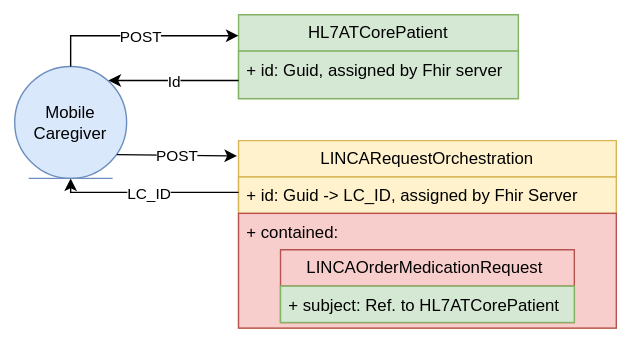
The draw.io diagram r5-LinkedCare-main/UserStory_001_diagram.svg in HL7Austria/hl7austria.github.io, before a commit. Source tidied: cells renumbered, new cells last; positions are measured from the earlier drawing's top-left corner, leaving out a move shared by most shapes.
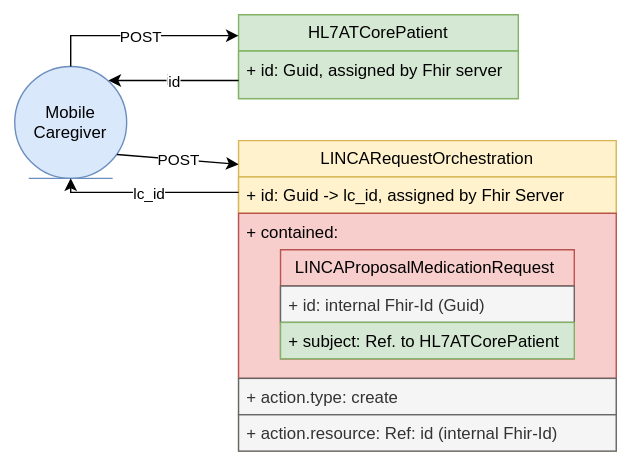
Later version of the same file.

Diff of the diagram source:
```diff
@@ -3,14 +3,20 @@
     <mxCell id="0" />
     <mxCell id="1" parent="0" />
     <mxCell id="2" value="LINCARequestOrchestration" style="swimlane;fontStyle=0;horizontal=1;startSize=26;fillColor=#fff2cc;whiteSpace=wrap;html=1;strokeColor=#d6b656;" parent="1" vertex="1">
-      <mxGeometry x="160" y="90" width="270" height="134" as="geometry" />
+      <mxGeometry x="160" y="90" width="270" height="222" as="geometry" />
     </mxCell>
-    <mxCell id="3" value="+ id: Guid -&amp;gt; LC_ID, assigned by Fhir Server" style="text;strokeColor=#d6b656;fillColor=#fff2cc;align=left;verticalAlign=top;spacingLeft=4;spacingRight=4;overflow=hidden;whiteSpace=wrap;html=1;" parent="2" vertex="1">
+    <mxCell id="3" value="+ id: Guid -&amp;gt; lc_id, assigned by Fhir Server" style="text;strokeColor=#d6b656;fillColor=#fff2cc;align=left;verticalAlign=top;spacingLeft=4;spacingRight=4;overflow=hidden;whiteSpace=wrap;html=1;" parent="2" vertex="1">
       <mxGeometry y="26" width="270" height="26" as="geometry" />
     </mxCell>
     <mxCell id="4" value="+ contained:&amp;nbsp;&lt;br&gt;&lt;blockquote style=&quot;margin: 0 0 0 40px; border: none; padding: 0px;&quot;&gt;&lt;/blockquote&gt;&lt;blockquote style=&quot;margin: 0 0 0 40px; border: none; padding: 0px;&quot;&gt;&lt;/blockquote&gt;" style="text;strokeColor=#b85450;fillColor=#f8cecc;align=left;verticalAlign=top;spacingLeft=4;spacingRight=4;overflow=hidden;whiteSpace=wrap;html=1;" parent="2" vertex="1">
-      <mxGeometry y="52" width="270" height="82" as="geometry" />
+      <mxGeometry y="52" width="270" height="118" as="geometry" />
     </mxCell>
+    <mxCell id="18" value="+ action.type: create" style="text;align=left;verticalAlign=top;spacingLeft=4;spacingRight=4;overflow=hidden;whiteSpace=wrap;html=1;fillColor=#f5f5f5;fontColor=#333333;strokeColor=#666666;" parent="2" vertex="1">
+      <mxGeometry y="170" width="270" height="26" as="geometry" />
+    </mxCell>
+    <mxCell id="19" value="+ action.resource: Ref: id (internal Fhir-Id)" style="text;align=left;verticalAlign=top;spacingLeft=4;spacingRight=4;overflow=hidden;whiteSpace=wrap;html=1;fillColor=#f5f5f5;fontColor=#333333;strokeColor=#666666;" parent="2" vertex="1">
+      <mxGeometry y="196" width="270" height="26" as="geometry" />
+    </mxCell>
     <mxCell id="5" value="HL7ATCorePatient" style="swimlane;fontStyle=0;horizontal=1;startSize=26;fillColor=#d5e8d4;whiteSpace=wrap;html=1;strokeColor=#82b366;" parent="1" vertex="1">
       <mxGeometry x="160" width="200" height="60" as="geometry" />
     </mxCell>
@@ -31,18 +37,19 @@
     <mxCell id="9" value="POST" style="edgeLabel;html=1;align=center;verticalAlign=middle;" parent="8" vertex="1">
       <mxGeometry relative="1" as="geometry" />
     </mxCell>
-    <mxCell id="10" style="endArrow=classic;html=1;rounded=0;" parent="1" edge="1">
+    <mxCell id="10" value="id" style="endArrow=classic;html=1;rounded=0;" parent="1" edge="1">
       <mxGeometry relative="1" as="geometry">
         <mxPoint x="160" y="47" as="sourcePoint" />
         <mxPoint x="67" y="47" as="targetPoint" />
       </mxGeometry>
     </mxCell>
-    <mxCell id="11" value="Id" style="edgeLabel;html=1;align=center;verticalAlign=middle;" parent="10" vertex="1">
+    <mxCell id="11" value="id" style="edgeLabel;html=1;align=center;verticalAlign=middle;" parent="10" vertex="1">
       <mxGeometry relative="1" as="geometry" />
     </mxCell>
-    <mxCell id="12" style="endArrow=classic;html=1;rounded=0;entryX=-0.004;entryY=0.082;entryDx=0;entryDy=0;entryPerimeter=0;" parent="1" edge="1" target="2">
+    <mxCell id="12" style="endArrow=classic;html=1;rounded=0;" parent="1" edge="1">
       <mxGeometry relative="1" as="geometry">
         <mxPoint x="73" y="100" as="sourcePoint" />
+        <mxPoint x="160" y="107" as="targetPoint" />
       </mxGeometry>
     </mxCell>
     <mxCell id="13" value="POST" style="edgeLabel;html=1;align=center;verticalAlign=middle;" parent="12" vertex="1">
@@ -56,14 +63,17 @@
         </Array>
       </mxGeometry>
     </mxCell>
-    <mxCell id="15" value="LC_ID" style="edgeLabel;html=1;align=center;verticalAlign=middle;" parent="14" vertex="1">
+    <mxCell id="15" value="lc_id" style="edgeLabel;html=1;align=center;verticalAlign=middle;" parent="14" vertex="1">
       <mxGeometry relative="1" as="geometry" />
     </mxCell>
-    <mxCell id="16" value="LINCAOrderMedicationRequest&amp;nbsp;" style="swimlane;fontStyle=0;horizontal=1;startSize=26;fillColor=#f8cecc;whiteSpace=wrap;html=1;strokeColor=#b85450;" parent="1" vertex="1">
-      <mxGeometry x="190" y="168" width="210" height="52" as="geometry" />
+    <mxCell id="16" value="LINCAProposalMedicationRequest&amp;nbsp;" style="swimlane;fontStyle=0;horizontal=1;startSize=26;fillColor=#f8cecc;whiteSpace=wrap;html=1;strokeColor=#b85450;" parent="1" vertex="1">
+      <mxGeometry x="190" y="168" width="210" height="78" as="geometry" />
     </mxCell>
-    <mxCell id="17" value="+ subject: Ref. to HL7ATCorePatient" style="text;strokeColor=#82b366;fillColor=#d5e8d4;align=left;verticalAlign=top;spacingLeft=4;spacingRight=4;overflow=hidden;whiteSpace=wrap;html=1;" parent="16" vertex="1">
+    <mxCell id="17" value="+ id: internal Fhir-Id (Guid)" style="text;strokeColor=#666666;fillColor=#f5f5f5;align=left;verticalAlign=top;spacingLeft=4;spacingRight=4;overflow=hidden;whiteSpace=wrap;html=1;fontColor=#333333;" parent="16" vertex="1">
       <mxGeometry y="26" width="210" height="26" as="geometry" />
     </mxCell>
+    <mxCell id="20" value="+ subject: Ref. to HL7ATCorePatient" style="text;strokeColor=#82b366;fillColor=#d5e8d4;align=left;verticalAlign=top;spacingLeft=4;spacingRight=4;overflow=hidden;whiteSpace=wrap;html=1;" parent="16" vertex="1">
+      <mxGeometry y="52" width="210" height="26" as="geometry" />
+    </mxCell>
   </root>
 </mxGraphModel>
```
